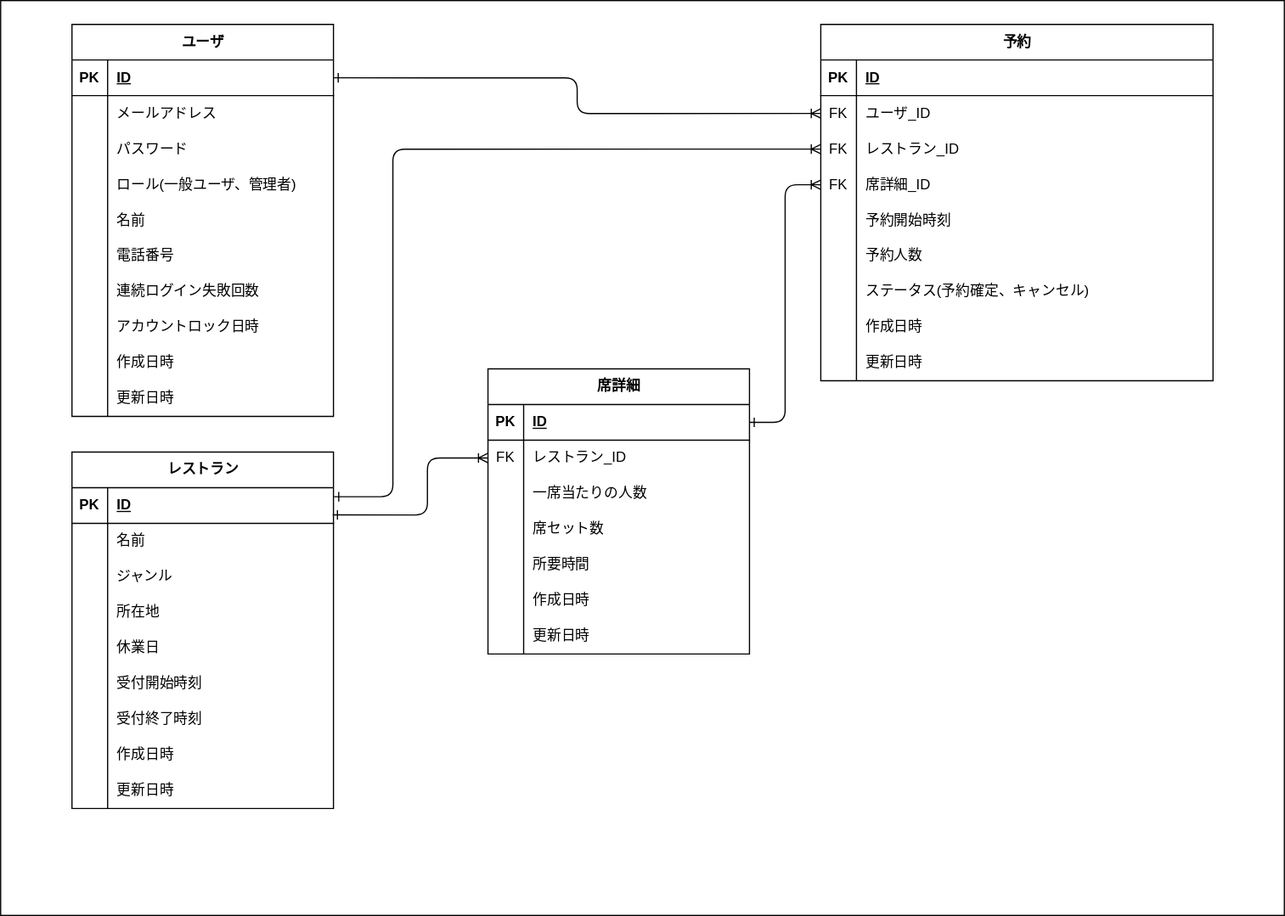
This is docs/ER図.svg from hrdhrk07-spec/restaurant-reservation, a draw.io export, as it was before one commit. Source tidied: cells renumbered, new cells last; positions are measured from the earlier drawing's top-left corner, leaving out a move shared by most shapes.
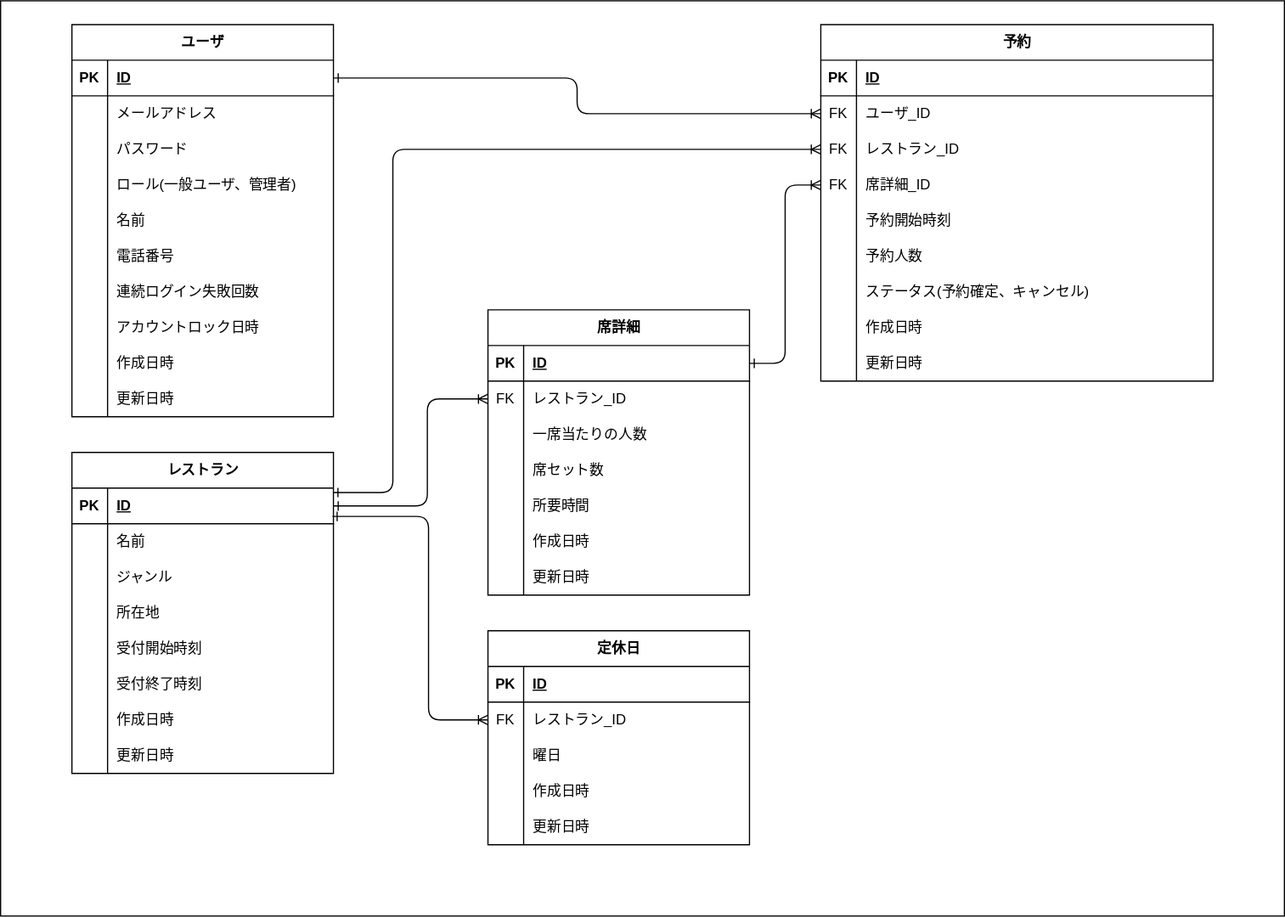
The same diagram one commit later.

Diff of the diagram source:
```diff
@@ -99,7 +99,7 @@
       <mxGeometry x="30" width="190" height="30" as="geometry" />
     </mxCell>
     <mxCell id="34" value="レストラン" style="shape=table;startSize=30;rowLines=0;fontStyle=1;align=center;html=1;" parent="1" vertex="1">
-      <mxGeometry x="60" y="380" width="220" height="300" as="geometry" />
+      <mxGeometry x="60" y="380" width="220" height="270" as="geometry" />
     </mxCell>
     <mxCell id="35" style="shape=tableRow;horizontal=0;startSize=0;swimlaneHead=0;swimlaneBody=0;fillColor=none;points=[[0,0.5],[1,0.5]];portConstraint=eastwest;top=0;left=0;right=0;bottom=1;" parent="34" vertex="1">
       <mxGeometry y="30" width="220" height="30" as="geometry" />
@@ -137,17 +137,8 @@
     <mxCell id="46" value="所在地" style="shape=partialRectangle;fillColor=none;top=0;left=0;bottom=0;right=0;align=left;spacingLeft=6;overflow=hidden;whiteSpace=wrap;html=1;" parent="44" vertex="1">
       <mxGeometry x="30" width="190" height="30" as="geometry" />
     </mxCell>
-    <mxCell id="47" style="shape=tableRow;horizontal=0;startSize=0;swimlaneHead=0;swimlaneBody=0;fillColor=none;top=0;left=0;right=0;bottom=0;" parent="34" vertex="1">
-      <mxGeometry y="150" width="220" height="30" as="geometry" />
-    </mxCell>
-    <mxCell id="48" style="shape=partialRectangle;fillColor=none;top=0;left=0;bottom=0;right=0;overflow=hidden;whiteSpace=wrap;html=1;" parent="47" vertex="1">
-      <mxGeometry width="30" height="30" as="geometry" />
-    </mxCell>
-    <mxCell id="49" value="休業日" style="shape=partialRectangle;fillColor=none;top=0;left=0;bottom=0;right=0;align=left;spacingLeft=6;overflow=hidden;whiteSpace=wrap;html=1;" parent="47" vertex="1">
-      <mxGeometry x="30" width="190" height="30" as="geometry" />
-    </mxCell>
     <mxCell id="50" style="shape=tableRow;horizontal=0;startSize=0;swimlaneHead=0;swimlaneBody=0;fillColor=none;top=0;left=0;right=0;bottom=0;" parent="34" vertex="1">
-      <mxGeometry y="180" width="220" height="30" as="geometry" />
+      <mxGeometry y="150" width="220" height="30" as="geometry" />
     </mxCell>
     <mxCell id="51" style="shape=partialRectangle;fillColor=none;top=0;left=0;bottom=0;right=0;overflow=hidden;whiteSpace=wrap;html=1;" parent="50" vertex="1">
       <mxGeometry width="30" height="30" as="geometry" />
@@ -156,7 +147,7 @@
       <mxGeometry x="30" width="190" height="30" as="geometry" />
     </mxCell>
     <mxCell id="53" style="shape=tableRow;horizontal=0;startSize=0;swimlaneHead=0;swimlaneBody=0;fillColor=none;top=0;left=0;right=0;bottom=0;" parent="34" vertex="1">
-      <mxGeometry y="210" width="220" height="30" as="geometry" />
+      <mxGeometry y="180" width="220" height="30" as="geometry" />
     </mxCell>
     <mxCell id="54" style="shape=partialRectangle;fillColor=none;top=0;left=0;bottom=0;right=0;overflow=hidden;whiteSpace=wrap;html=1;" parent="53" vertex="1">
       <mxGeometry width="30" height="30" as="geometry" />
@@ -165,7 +156,7 @@
       <mxGeometry x="30" width="190" height="30" as="geometry" />
     </mxCell>
     <mxCell id="56" style="shape=tableRow;horizontal=0;startSize=0;swimlaneHead=0;swimlaneBody=0;fillColor=none;top=0;left=0;right=0;bottom=0;" parent="34" vertex="1">
-      <mxGeometry y="240" width="220" height="30" as="geometry" />
+      <mxGeometry y="210" width="220" height="30" as="geometry" />
     </mxCell>
     <mxCell id="57" style="shape=partialRectangle;fillColor=none;top=0;left=0;bottom=0;right=0;overflow=hidden;whiteSpace=wrap;html=1;" parent="56" vertex="1">
       <mxGeometry width="30" height="30" as="geometry" />
@@ -174,7 +165,7 @@
       <mxGeometry x="30" width="190" height="30" as="geometry" />
     </mxCell>
     <mxCell id="59" style="shape=tableRow;horizontal=0;startSize=0;swimlaneHead=0;swimlaneBody=0;fillColor=none;top=0;left=0;right=0;bottom=0;" parent="34" vertex="1">
-      <mxGeometry y="270" width="220" height="30" as="geometry" />
+      <mxGeometry y="240" width="220" height="30" as="geometry" />
     </mxCell>
     <mxCell id="60" style="shape=partialRectangle;fillColor=none;top=0;left=0;bottom=0;right=0;overflow=hidden;whiteSpace=wrap;html=1;" parent="59" vertex="1">
       <mxGeometry width="30" height="30" as="geometry" />
@@ -183,7 +174,7 @@
       <mxGeometry x="30" width="190" height="30" as="geometry" />
     </mxCell>
     <mxCell id="62" value="席詳細" style="shape=table;startSize=30;rowLines=0;fontStyle=1;align=center;html=1;" parent="1" vertex="1">
-      <mxGeometry x="410" y="310" width="220" height="240" as="geometry" />
+      <mxGeometry x="410" y="260" width="220" height="240" as="geometry" />
     </mxCell>
     <mxCell id="63" style="shape=tableRow;horizontal=0;startSize=0;swimlaneHead=0;swimlaneBody=0;fillColor=none;points=[[0,0.5],[1,0.5]];portConstraint=eastwest;top=0;left=0;right=0;bottom=1;" parent="62" vertex="1">
       <mxGeometry y="30" width="220" height="30" as="geometry" />
@@ -332,21 +323,21 @@
     <mxCell id="111" value="更新日時" style="shape=partialRectangle;fillColor=none;top=0;left=0;bottom=0;right=0;align=left;spacingLeft=6;overflow=hidden;whiteSpace=wrap;html=1;" parent="109" vertex="1">
       <mxGeometry x="30" width="300" height="30" as="geometry" />
     </mxCell>
-    <mxCell id="112" style="edgeStyle=orthogonalEdgeStyle;fontSize=12;html=1;endArrow=ERoneToMany;rounded=1;exitX=0.997;exitY=0.763;exitDx=0;exitDy=0;entryX=0;entryY=0.5;entryDx=0;entryDy=0;curved=0;exitPerimeter=0;startArrow=ERone;startFill=0;" parent="1" edge="1" source="35" target="66">
+    <mxCell id="112" style="edgeStyle=orthogonalEdgeStyle;fontSize=12;html=1;endArrow=ERoneToMany;rounded=1;entryX=0;entryY=0.5;entryDx=0;entryDy=0;curved=0;startArrow=ERone;startFill=0;exitX=1;exitY=0.5;exitDx=0;exitDy=0;" parent="1" edge="1" source="35" target="66">
       <mxGeometry relative="1" as="geometry">
         <Array as="points">
-          <mxPoint x="359" y="433" />
-          <mxPoint x="359" y="385" />
+          <mxPoint x="359" y="425" />
+          <mxPoint x="359" y="335" />
         </Array>
       </mxGeometry>
     </mxCell>
     <mxCell id="113" style="edgeStyle=orthogonalEdgeStyle;fontSize=12;html=1;endArrow=ERoneToMany;rounded=1;exitX=1;exitY=0.5;exitDx=0;exitDy=0;entryX=0;entryY=0.5;entryDx=0;entryDy=0;curved=0;startArrow=ERone;startFill=0;" parent="1" edge="1" source="4" target="88">
       <mxGeometry relative="1" as="geometry" />
     </mxCell>
-    <mxCell id="114" style="edgeStyle=orthogonalEdgeStyle;fontSize=12;html=1;endArrow=ERoneToMany;rounded=1;entryX=0;entryY=0.5;entryDx=0;entryDy=0;curved=0;startArrow=ERone;startFill=0;exitX=1.002;exitY=0.253;exitDx=0;exitDy=0;exitPerimeter=0;" parent="1" edge="1" source="35" target="91">
+    <mxCell id="114" style="edgeStyle=orthogonalEdgeStyle;fontSize=12;html=1;endArrow=ERoneToMany;rounded=1;entryX=0;entryY=0.5;entryDx=0;entryDy=0;curved=0;startArrow=ERone;startFill=0;exitX=0.999;exitY=0.124;exitDx=0;exitDy=0;exitPerimeter=0;" parent="1" edge="1" source="35" target="91">
       <mxGeometry relative="1" as="geometry">
         <Array as="points">
-          <mxPoint x="330" y="418" />
+          <mxPoint x="330" y="414" />
           <mxPoint x="330" y="125" />
         </Array>
       </mxGeometry>
@@ -354,5 +345,61 @@
     <mxCell id="115" style="edgeStyle=entityRelationEdgeStyle;fontSize=12;html=1;endArrow=ERoneToMany;rounded=1;exitX=1;exitY=0.5;exitDx=0;exitDy=0;entryX=0;entryY=0.5;entryDx=0;entryDy=0;curved=0;startArrow=ERone;startFill=0;" parent="1" edge="1" source="63" target="94">
       <mxGeometry relative="1" as="geometry" />
     </mxCell>
+    <mxCell id="116" value="定休日" style="shape=table;startSize=30;rowLines=0;fontStyle=1;align=center;html=1;" parent="1" vertex="1">
+      <mxGeometry x="410" y="530" width="220" height="180" as="geometry" />
+    </mxCell>
+    <mxCell id="117" style="shape=tableRow;horizontal=0;startSize=0;swimlaneHead=0;swimlaneBody=0;fillColor=none;top=0;left=0;right=0;bottom=1;" parent="116" vertex="1">
+      <mxGeometry y="30" width="220" height="30" as="geometry" />
+    </mxCell>
+    <mxCell id="118" value="PK" style="shape=partialRectangle;fillColor=none;top=0;left=0;bottom=0;right=0;fontStyle=1;overflow=hidden;whiteSpace=wrap;html=1;" parent="117" vertex="1">
+      <mxGeometry width="30" height="30" as="geometry" />
+    </mxCell>
+    <mxCell id="119" value="ID" style="shape=partialRectangle;fillColor=none;top=0;left=0;bottom=0;right=0;align=left;spacingLeft=6;fontStyle=5;overflow=hidden;whiteSpace=wrap;html=1;" parent="117" vertex="1">
+      <mxGeometry x="30" width="190" height="30" as="geometry" />
+    </mxCell>
+    <mxCell id="120" style="shape=tableRow;horizontal=0;startSize=0;swimlaneHead=0;swimlaneBody=0;fillColor=none;points=[[0,0.5],[1,0.5]];portConstraint=eastwest;top=0;left=0;right=0;bottom=0;" parent="116" vertex="1">
+      <mxGeometry y="60" width="220" height="30" as="geometry" />
+    </mxCell>
+    <mxCell id="121" value="FK" style="shape=partialRectangle;fillColor=none;top=0;left=0;bottom=0;right=0;overflow=hidden;whiteSpace=wrap;html=1;" parent="120" vertex="1">
+      <mxGeometry width="30" height="30" as="geometry" />
+    </mxCell>
+    <mxCell id="122" value="レストラン_ID" style="shape=partialRectangle;fillColor=none;top=0;left=0;bottom=0;right=0;align=left;spacingLeft=6;overflow=hidden;whiteSpace=wrap;html=1;" parent="120" vertex="1">
+      <mxGeometry x="30" width="190" height="30" as="geometry" />
+    </mxCell>
+    <mxCell id="123" style="shape=tableRow;horizontal=0;startSize=0;swimlaneHead=0;swimlaneBody=0;fillColor=none;top=0;left=0;right=0;bottom=0;" parent="116" vertex="1">
+      <mxGeometry y="90" width="220" height="30" as="geometry" />
+    </mxCell>
+    <mxCell id="124" style="shape=partialRectangle;fillColor=none;top=0;left=0;bottom=0;right=0;overflow=hidden;whiteSpace=wrap;html=1;" parent="123" vertex="1">
+      <mxGeometry width="30" height="30" as="geometry" />
+    </mxCell>
+    <mxCell id="125" value="曜日" style="shape=partialRectangle;fillColor=none;top=0;left=0;bottom=0;right=0;align=left;spacingLeft=6;overflow=hidden;whiteSpace=wrap;html=1;" parent="123" vertex="1">
+      <mxGeometry x="30" width="190" height="30" as="geometry" />
+    </mxCell>
+    <mxCell id="126" style="shape=tableRow;horizontal=0;startSize=0;swimlaneHead=0;swimlaneBody=0;fillColor=none;top=0;left=0;right=0;bottom=0;" parent="116" vertex="1">
+      <mxGeometry y="120" width="220" height="30" as="geometry" />
+    </mxCell>
+    <mxCell id="127" style="shape=partialRectangle;fillColor=none;top=0;left=0;bottom=0;right=0;overflow=hidden;whiteSpace=wrap;html=1;" parent="126" vertex="1">
+      <mxGeometry width="30" height="30" as="geometry" />
+    </mxCell>
+    <mxCell id="128" value="作成日時" style="shape=partialRectangle;fillColor=none;top=0;left=0;bottom=0;right=0;align=left;spacingLeft=6;overflow=hidden;whiteSpace=wrap;html=1;" parent="126" vertex="1">
+      <mxGeometry x="30" width="190" height="30" as="geometry" />
+    </mxCell>
+    <mxCell id="47" style="shape=tableRow;horizontal=0;startSize=0;swimlaneHead=0;swimlaneBody=0;fillColor=none;top=0;left=0;right=0;bottom=0;" parent="116" vertex="1">
+      <mxGeometry y="150" width="220" height="30" as="geometry" />
+    </mxCell>
+    <mxCell id="129" style="shape=partialRectangle;fillColor=none;top=0;left=0;bottom=0;right=0;overflow=hidden;whiteSpace=wrap;html=1;" parent="47" vertex="1">
+      <mxGeometry width="30" height="30" as="geometry" />
+    </mxCell>
+    <mxCell id="130" value="更新日時" style="shape=partialRectangle;fillColor=none;top=0;left=0;bottom=0;right=0;align=left;spacingLeft=6;overflow=hidden;whiteSpace=wrap;html=1;" parent="47" vertex="1">
+      <mxGeometry x="30" width="190" height="30" as="geometry" />
+    </mxCell>
+    <mxCell id="131" style="edgeStyle=orthogonalEdgeStyle;fontSize=12;html=1;endArrow=ERoneToMany;rounded=1;entryX=0;entryY=0.5;entryDx=0;entryDy=0;curved=0;startArrow=ERone;startFill=0;exitX=0.996;exitY=0.795;exitDx=0;exitDy=0;exitPerimeter=0;" parent="1" edge="1" source="35" target="120">
+      <mxGeometry relative="1" as="geometry">
+        <Array as="points">
+          <mxPoint x="360" y="434" />
+          <mxPoint x="360" y="605" />
+        </Array>
+      </mxGeometry>
+    </mxCell>
   </root>
 </mxGraphModel>
```
